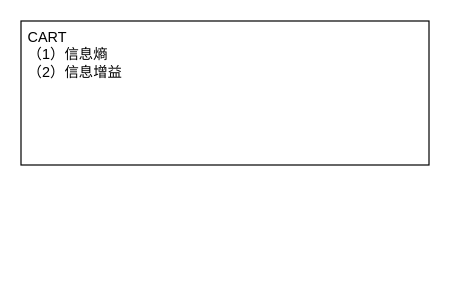
limpid-11/drawio keeps this draw.io diagram as 树模型.drawio. Above is the earlier version. Source tidied: cells renumbered, new cells numbered last; positions are measured from the earlier drawing's top-left corner, leaving out a move shared by most shapes. Both pictures are drawn from the tidied source at 120%, with x=0, y=0 at pixel (20, 20).
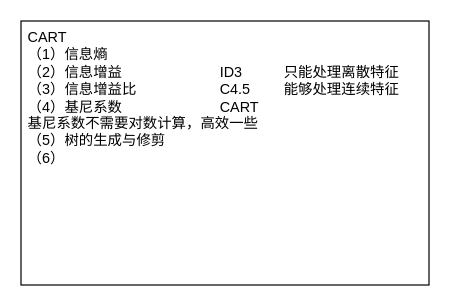
The same page after the edit.

Commit message (it also covers changes not shown here):
更新树模型.drawio

Change to the diagram source:
```diff
@@
 <mxGraphModel>
   <root>
     <mxCell id="0" />
     <mxCell id="1" parent="0" />
-    <mxCell id="2" value="CART&lt;div&gt;（1）信息熵&lt;/div&gt;&lt;div&gt;（2）信息增益&lt;/div&gt;&lt;div&gt;&lt;br&gt;&lt;/div&gt;" style="rounded=0;whiteSpace=wrap;html=1;align=left;verticalAlign=top;spacingLeft=4;" parent="1" vertex="1">
-      <mxGeometry width="340" height="120" as="geometry" />
+    <mxCell id="2" value="CART&lt;div&gt;（1）信息熵&lt;span style=&quot;white-space: pre;&quot;&gt;&#9;&lt;/span&gt;&lt;span style=&quot;white-space: pre;&quot;&gt;&#9;&lt;/span&gt;&lt;span style=&quot;white-space: pre;&quot;&gt;&#9;&lt;/span&gt;&lt;span style=&quot;white-space: pre;&quot;&gt;&#9;&lt;/span&gt;&lt;/div&gt;&lt;div&gt;（2）信息增益&lt;span style=&quot;white-space: pre;&quot;&gt;&#9;&lt;/span&gt;&lt;span style=&quot;white-space: pre;&quot;&gt;&#9;&lt;/span&gt;&lt;span style=&quot;white-space: pre;&quot;&gt;&#9;&lt;/span&gt;&lt;span style=&quot;background-color: initial;&quot;&gt;ID3 &lt;span style=&quot;white-space: pre;&quot;&gt;&#9;&lt;/span&gt;&lt;span style=&quot;white-space: pre;&quot;&gt;&#9;&lt;/span&gt;只能处理离散特征&lt;/span&gt;&lt;/div&gt;&lt;div&gt;（3）信息增益比&lt;span style=&quot;white-space: pre;&quot;&gt;&#9;&lt;/span&gt;&lt;span style=&quot;white-space: pre;&quot;&gt;&#9;&lt;/span&gt;&lt;span style=&quot;white-space: pre;&quot;&gt;&#9;&lt;/span&gt;C4.5&lt;span style=&quot;white-space: pre;&quot;&gt;&#9;&lt;/span&gt;能够处理连续特征&lt;/div&gt;&lt;div&gt;（4）基尼系数&lt;span style=&quot;white-space: pre;&quot;&gt;&#9;&lt;/span&gt;&lt;span style=&quot;white-space: pre;&quot;&gt;&#9;&lt;/span&gt;&lt;span style=&quot;white-space: pre;&quot;&gt;&#9;&lt;/span&gt;CART&lt;span style=&quot;white-space: pre;&quot;&gt;&#9;&lt;/span&gt;&lt;/div&gt;&lt;div&gt;基尼系数不需要对数计算，高效一些&lt;/div&gt;&lt;div&gt;（5）树的生成与修剪&lt;/div&gt;&lt;div&gt;（6）&lt;/div&gt;&lt;div&gt;&lt;br&gt;&lt;/div&gt;" style="rounded=0;whiteSpace=wrap;html=1;align=left;verticalAlign=top;spacingLeft=4;" parent="1" vertex="1">
+      <mxGeometry width="340" height="220" as="geometry" />
     </mxCell>
   </root>
 </mxGraphModel>
```
